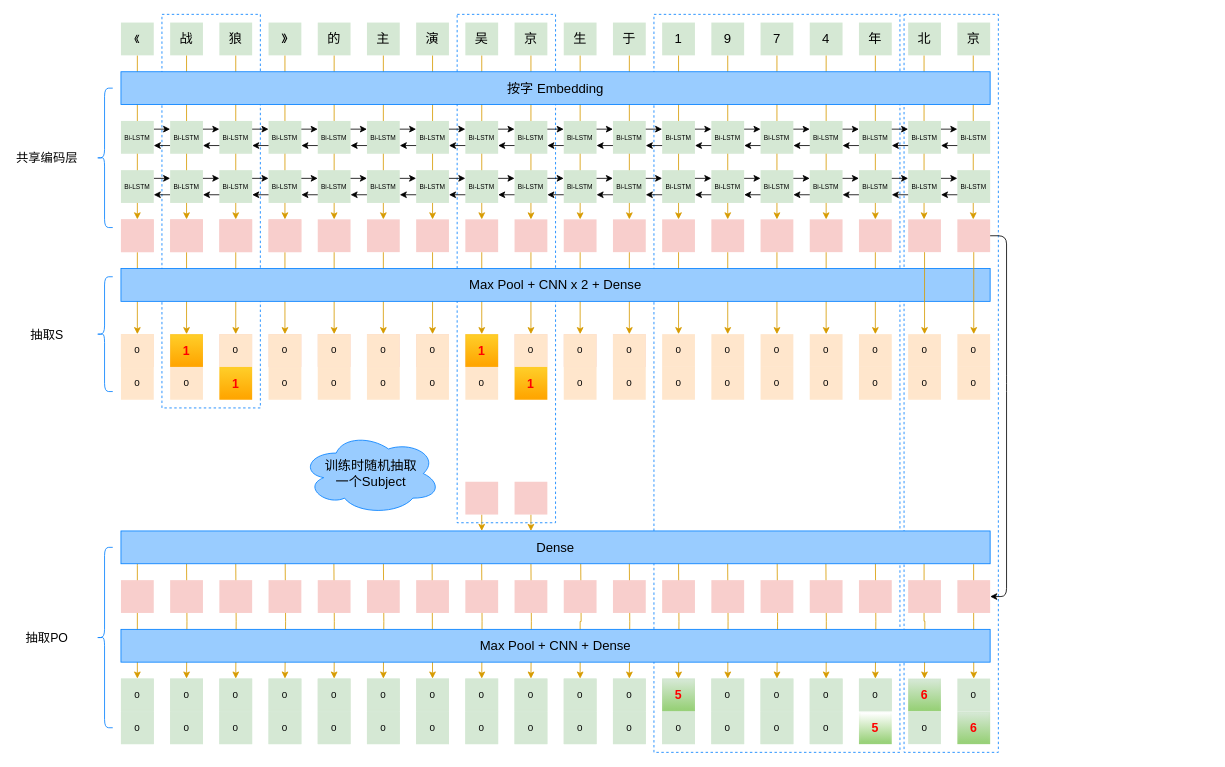
Above: 99_resources/11_img/Untitled Diagram.drawio in dataml-cn/playground (draw.io), before the change. Source tidied: cells renumbered, new cells numbered last; positions are measured from the earlier drawing's top-left corner, leaving out a move shared by most shapes. Both pictures are drawn from the tidied source at 82%, with x=0, y=0 at pixel (14, 14).
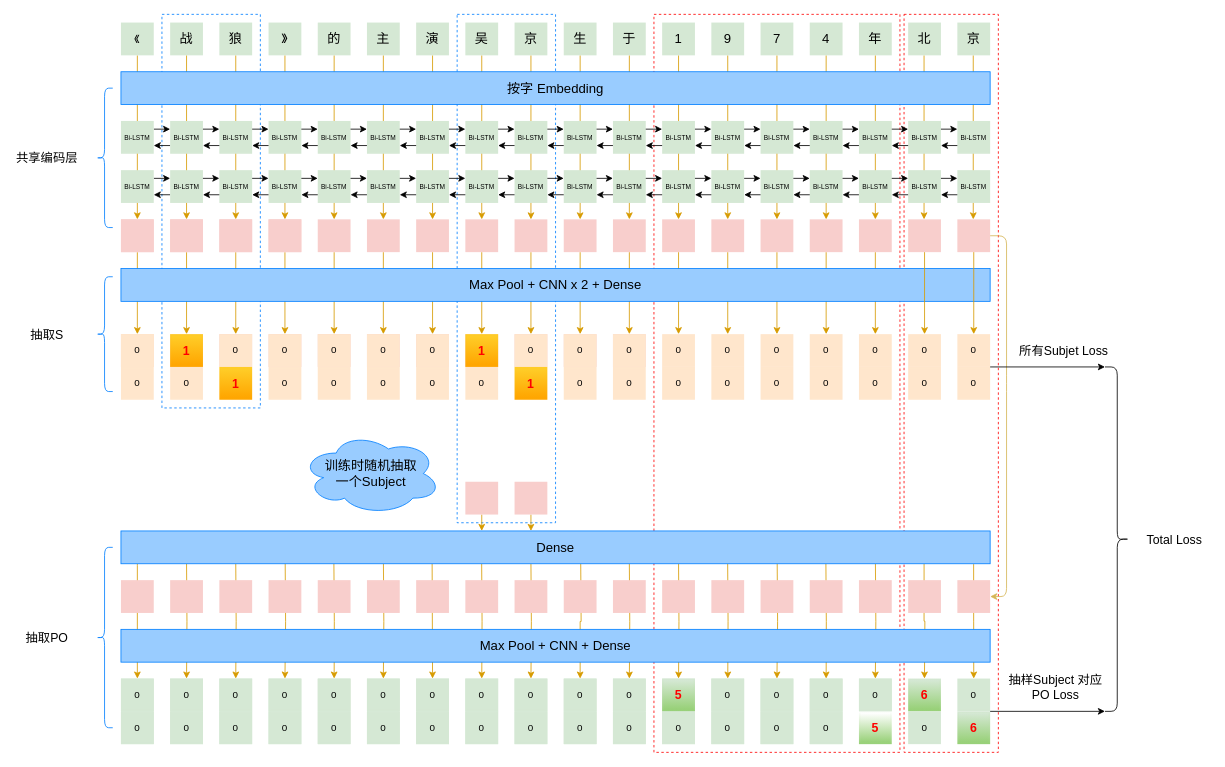
Above is the later version.

The change refers to these unchanged cells:
```xml
<mxCell id="326" style="shape=ext;double=1;rounded=0;whiteSpace=wrap;html=1;fillColor=#f8cecc;strokeColor=none;" parent="1" vertex="1">
  <mxGeometry x="1150" y="250" width="40" height="40" as="geometry" />
</mxCell>
<mxCell id="330" value="0" style="shape=ext;double=1;rounded=0;whiteSpace=wrap;html=1;fillColor=#ffe6cc;strokeColor=none;" parent="1" vertex="1">
  <mxGeometry x="1150" y="430" width="40" height="40" as="geometry" />
</mxCell>
<mxCell id="332" style="shape=ext;double=1;rounded=0;whiteSpace=wrap;html=1;fillColor=#f8cecc;strokeColor=none;" parent="1" vertex="1">
  <mxGeometry x="1150" y="690" width="40" height="40" as="geometry" />
</mxCell>
<mxCell id="335" value="0" style="shape=ext;double=1;rounded=0;whiteSpace=wrap;html=1;fillColor=#d5e8d4;strokeColor=none;" parent="1" vertex="1">
  <mxGeometry x="1150" y="810" width="40" height="40" as="geometry" />
</mxCell>
```

Change to the diagram source:
```diff
@@
-    <mxCell id="2" style="rounded=0;whiteSpace=wrap;html=1;shadow=0;glass=0;sketch=0;strokeColor=#007FFF;gradientColor=none;dashed=1;fillColor=none;" parent="1" vertex="1">
+    <mxCell id="2" style="rounded=0;whiteSpace=wrap;html=1;shadow=0;glass=0;sketch=0;gradientColor=none;dashed=1;fillColor=none;strokeColor=#FF0000;" parent="1" vertex="1">
       <mxGeometry x="1085" width="115" height="900" as="geometry" />
     </mxCell>
@@
-    <mxCell id="7" style="rounded=0;whiteSpace=wrap;html=1;shadow=0;glass=0;sketch=0;strokeColor=#007FFF;gradientColor=none;dashed=1;fillColor=none;" parent="1" vertex="1">
+    <mxCell id="7" style="rounded=0;whiteSpace=wrap;html=1;shadow=0;glass=0;sketch=0;gradientColor=none;dashed=1;fillColor=none;strokeColor=#FF0000;" parent="1" vertex="1">
       <mxGeometry x="780" width="300" height="900" as="geometry" />
     </mxCell>
@@
-    <mxCell id="333" style="endArrow=classic;html=1;exitX=1;exitY=0.5;exitDx=0;exitDy=0;entryX=1;entryY=0.5;entryDx=0;entryDy=0;" parent="1" edge="1" source="326" target="332">
+    <mxCell id="333" style="endArrow=classic;html=1;exitX=1;exitY=0.5;exitDx=0;exitDy=0;entryX=1;entryY=0.5;entryDx=0;entryDy=0;fillColor=#fff2cc;strokeColor=#d6b656;" parent="1" edge="1" source="326" target="332">
       <mxGeometry relative="1" as="geometry">
         <Array as="points">
           <mxPoint x="1210" y="270" />
           <mxPoint x="1210" y="450" />
           <mxPoint x="1210" y="710" />
         </Array>
       </mxGeometry>
     </mxCell>
@@
+    <mxCell id="353" style="shape=curlyBracket;whiteSpace=wrap;html=1;rounded=1;fillColor=#ffffff;size=0.5;rotation=-180;" parent="1" vertex="1">
+      <mxGeometry x="1330" y="430" width="30" height="420" as="geometry" />
+    </mxCell>
+    <mxCell id="354" style="endArrow=classic;html=1;exitX=1;exitY=1;exitDx=0;exitDy=0;" parent="1" edge="1" source="335">
+      <mxGeometry relative="1" as="geometry">
+        <mxPoint x="1330" y="850" as="targetPoint" />
+      </mxGeometry>
+    </mxCell>
+    <mxCell id="355" style="endArrow=classic;html=1;exitX=1;exitY=0;exitDx=0;exitDy=0;" parent="1" edge="1" source="330">
+      <mxGeometry relative="1" as="geometry">
+        <mxPoint x="1330" y="430" as="targetPoint" />
+      </mxGeometry>
+    </mxCell>
+    <mxCell id="356" value="&lt;font style=&quot;font-size: 15px&quot;&gt;Total Loss&lt;/font&gt;" style="text;html=1;strokeColor=none;fillColor=none;align=center;verticalAlign=middle;whiteSpace=wrap;rounded=0;shadow=0;glass=0;sketch=0;" parent="1" vertex="1">
+      <mxGeometry x="1370" y="630" width="90" height="20" as="geometry" />
+    </mxCell>
+    <mxCell id="357" value="&lt;span style=&quot;font-size: 15px&quot;&gt;所有Subjet Loss&lt;/span&gt;" style="text;html=1;strokeColor=none;fillColor=none;align=center;verticalAlign=middle;whiteSpace=wrap;rounded=0;shadow=0;glass=0;sketch=0;" parent="1" vertex="1">
+      <mxGeometry x="1220" y="400" width="120" height="20" as="geometry" />
+    </mxCell>
+    <mxCell id="358" value="&lt;span style=&quot;font-size: 15px&quot;&gt;抽样Subject 对应 PO Loss&lt;/span&gt;" style="text;html=1;strokeColor=none;fillColor=none;align=center;verticalAlign=middle;whiteSpace=wrap;rounded=0;shadow=0;glass=0;sketch=0;" parent="1" vertex="1">
+      <mxGeometry x="1210" y="810" width="120" height="20" as="geometry" />
+    </mxCell>
```
